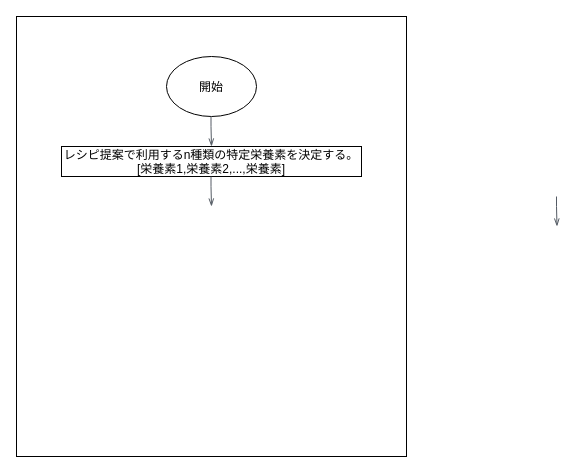
Before: 従来研究フロー図改訂.drawio in jokertennis/github-flow-practice, a draw.io diagram. Source tidied: cells renumbered, new cells numbered last; positions are measured from the earlier drawing's top-left corner, leaving out a move shared by most shapes. Both pictures are drawn from the tidied source at 100%, with x=0, y=0 at pixel (16, 16).
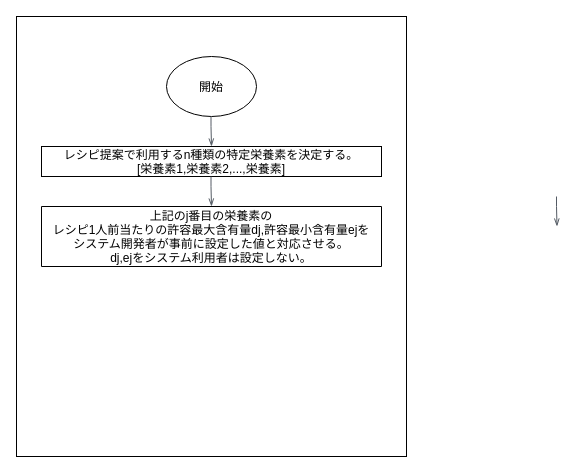
After the change.

Commit message (it also covers changes not shown here):
Update 従来研究フロー図改訂.drawio

The edit, as a diff of the source:
```diff
@@
 <mxGraphModel>
   <root>
     <mxCell id="0" />
     <mxCell id="1" parent="0" />
     <mxCell id="2" style="rounded=0;whiteSpace=wrap;html=1;" parent="1" vertex="1">
       <mxGeometry width="390" height="440" as="geometry" />
     </mxCell>
     <mxCell id="3" style="ellipse;whiteSpace=wrap;html=1;" parent="1" vertex="1">
       <mxGeometry x="150" y="40" width="90" height="60" as="geometry" />
     </mxCell>
     <mxCell id="4" value="開始" style="text;align=center;verticalAlign=middle;strokeColor=none;" parent="1" vertex="1">
       <mxGeometry x="175" y="60" width="40" height="20" as="geometry" />
     </mxCell>
     <mxCell id="5" style="rounded=0;whiteSpace=wrap;html=1;" parent="1" vertex="1">
-      <mxGeometry x="45" y="130" width="300" height="30" as="geometry" />
+      <mxGeometry x="25" y="130" width="340" height="30" as="geometry" />
     </mxCell>
     <mxCell id="6" value="レシピ提案で利用するn種類の特定栄養素を決定する。&#10;[栄養素1,栄養素2,...,栄養素]" style="text;align=center;verticalAlign=middle;strokeColor=none;" parent="1" vertex="1">
       <mxGeometry x="40" y="130" width="310" height="30" as="geometry" />
     </mxCell>
     <mxCell id="7" style="edgeStyle=orthogonalEdgeStyle;html=1;endArrow=openThin;elbow=vertical;startArrow=none;endFill=0;strokeColor=#545B64;rounded=0;" parent="1" edge="1">
       <mxGeometry relative="1" as="geometry">
         <mxPoint x="194.5" y="100" as="sourcePoint" />
         <mxPoint x="195" y="130" as="targetPoint" />
         <Array as="points">
           <mxPoint x="195" y="110" />
           <mxPoint x="195" y="110" />
         </Array>
       </mxGeometry>
     </mxCell>
     <mxCell id="8" style="edgeStyle=orthogonalEdgeStyle;html=1;endArrow=openThin;elbow=vertical;startArrow=none;endFill=0;strokeColor=#545B64;rounded=0;" parent="1" edge="1">
       <mxGeometry relative="1" as="geometry">
         <mxPoint x="540" y="180" as="sourcePoint" />
         <mxPoint x="540.5" y="210" as="targetPoint" />
         <Array as="points">
           <mxPoint x="540.5" y="190" />
           <mxPoint x="540.5" y="190" />
         </Array>
       </mxGeometry>
     </mxCell>
     <mxCell id="9" style="edgeStyle=orthogonalEdgeStyle;html=1;endArrow=openThin;elbow=vertical;startArrow=none;endFill=0;strokeColor=#545B64;rounded=0;" parent="1" edge="1">
       <mxGeometry relative="1" as="geometry">
         <mxPoint x="194.5" y="160" as="sourcePoint" />
         <mxPoint x="195" y="190" as="targetPoint" />
         <Array as="points">
           <mxPoint x="195" y="170" />
           <mxPoint x="195" y="170" />
         </Array>
       </mxGeometry>
     </mxCell>
+    <mxCell id="10" style="verticalLabelPosition=bottom;verticalAlign=top;html=1;shape=mxgraph.basic.rect;fillColor2=none;strokeWidth=1;size=20;indent=5;rounded=0;labelBackgroundColor=#ffffff;sketch=0;fillColor=none;labelBorderColor=none;" parent="1" vertex="1">
+      <mxGeometry x="25" y="190" width="340" height="60" as="geometry" />
+    </mxCell>
+    <mxCell id="11" value="上記のj番目の栄養素の&#10;レシピ1人前当たりの許容最大含有量dj,許容最小含有量ejを&#10;システム開発者が事前に設定した値と対応させる。&#10;dj,ejをシステム利用者は設定しない。" style="text;align=center;verticalAlign=middle;" parent="1" vertex="1">
+      <mxGeometry x="30" y="190" width="330" height="60" as="geometry" />
+    </mxCell>
   </root>
 </mxGraphModel>
```
